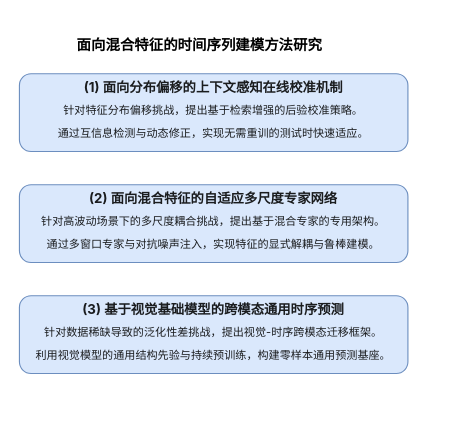
Above: 硕士毕业论文图.drawio in HALF111/Research_figures (draw.io), before the change. Source tidied: cells renumbered, new cells numbered last; positions are measured from the earlier drawing's top-left corner, leaving out a move shared by most shapes. Both pictures are drawn from the tidied source at 111%, with x=0, y=0 at pixel (19, 29).
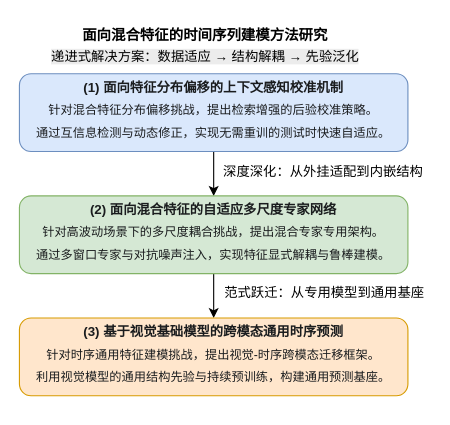
The same diagram, later.

Commit message (it also covers changes not shown here):
更新硕士毕业论文图.drawio

Diff of the diagram source:
```diff
@@
 <mxGraphModel>
   <root>
     <mxCell id="0" />
     <mxCell id="1" parent="0" />
+    <mxCell id="6" style="edgeStyle=orthogonalEdgeStyle;rounded=0;jettySize=auto;html=1;entryX=0.5;entryY=0;entryDx=0;entryDy=0;fontFamily=仿宋;" parent="1" edge="1" source="2" target="4">
+      <mxGeometry relative="1" as="geometry" />
+    </mxCell>
-    <mxCell id="2" value="&lt;p class=&quot;ng-star-inserted&quot; style=&quot;box-sizing: border-box; line-height: 20px; font-family: Inter, sans-serif; font-optical-sizing: auto; margin-bottom: 18px; color: rgb(26, 28, 30);&quot;&gt;&lt;font style=&quot;&quot;&gt;&lt;strong class=&quot;ng-star-inserted&quot; style=&quot;box-sizing: border-box;&quot;&gt;&lt;font&gt;(1) 面向分布偏移的上下文感知在线校准机制&lt;/font&gt;&lt;/strong&gt;&lt;br class=&quot;ng-star-inserted&quot; style=&quot;box-sizing: border-box;&quot;&gt;&lt;span class=&quot;ng-star-inserted&quot; style=&quot;font-size: 10px; box-sizing: border-box;&quot;&gt;针对特征分布偏移&lt;/span&gt;&lt;span class=&quot;ng-star-inserted&quot; style=&quot;font-size: 10px; box-sizing: border-box;&quot;&gt;挑战，提出基于检索增强的后验校准策略。&lt;/span&gt;&lt;br class=&quot;ng-star-inserted&quot; style=&quot;box-sizing: border-box;&quot;&gt;&lt;span class=&quot;ng-star-inserted&quot; style=&quot;font-size: 10px; box-sizing: border-box;&quot;&gt;通过互信息检测与动态修正，实现无需重训的&lt;/span&gt;&lt;span class=&quot;ng-star-inserted&quot; style=&quot;font-size: 10px; box-sizing: border-box;&quot;&gt;测试时快速适应&lt;/span&gt;&lt;span class=&quot;ng-star-inserted&quot; style=&quot;font-size: 10px; box-sizing: border-box;&quot;&gt;。&lt;/span&gt;&lt;/font&gt;&lt;/p&gt;" style="rounded=1;whiteSpace=wrap;html=1;align=center;fillColor=#dae8fc;strokeColor=#6c8ebf;labelBackgroundColor=none;" parent="1" vertex="1">
+    <mxCell id="2" value="&lt;p class=&quot;ng-star-inserted&quot; style=&quot;box-sizing: border-box; line-height: 20px; font-optical-sizing: auto; margin-bottom: 18px; color: rgb(26, 28, 30);&quot;&gt;&lt;font style=&quot;&quot;&gt;&lt;strong class=&quot;ng-star-inserted&quot; style=&quot;box-sizing: border-box;&quot;&gt;&lt;font&gt;(1) 面向特征分布偏移的上下文感知校准机制&lt;/font&gt;&lt;/strong&gt;&lt;br class=&quot;ng-star-inserted&quot; style=&quot;box-sizing: border-box;&quot;&gt;&lt;font style=&quot;font-size: 11px;&quot;&gt;&lt;span class=&quot;ng-star-inserted&quot; style=&quot;box-sizing: border-box;&quot;&gt;针对混合特征分布偏移&lt;/span&gt;&lt;span class=&quot;ng-star-inserted&quot; style=&quot;box-sizing: border-box;&quot;&gt;挑战，提出检索增强的后验校准策略。&lt;/span&gt;&lt;br class=&quot;ng-star-inserted&quot; style=&quot;box-sizing: border-box;&quot;&gt;&lt;span class=&quot;ng-star-inserted&quot; style=&quot;box-sizing: border-box;&quot;&gt;通过互信息检测与动态修正，实现无需重训的&lt;/span&gt;&lt;span class=&quot;ng-star-inserted&quot; style=&quot;box-sizing: border-box;&quot;&gt;测试时快速自适应&lt;/span&gt;&lt;span class=&quot;ng-star-inserted&quot; style=&quot;box-sizing: border-box;&quot;&gt;。&lt;/span&gt;&lt;/font&gt;&lt;/font&gt;&lt;/p&gt;" style="rounded=1;whiteSpace=wrap;html=1;align=center;fillColor=#dae8fc;strokeColor=#6c8ebf;labelBackgroundColor=none;fontFamily=仿宋;" parent="1" vertex="1">
       <mxGeometry y="40" width="350" height="70" as="geometry" />
     </mxCell>
-    <mxCell id="3" value="面向混合特征的时间序列建模方法研究" style="text;whiteSpace=wrap;fontSize=13;fontStyle=1;" parent="1" vertex="1">
-      <mxGeometry x="50" width="240" height="30" as="geometry" />
-    </mxCell>
+    <mxCell id="7" style="edgeStyle=orthogonalEdgeStyle;rounded=0;jettySize=auto;html=1;fontFamily=仿宋;" parent="1" edge="1" source="4" target="5">
+      <mxGeometry relative="1" as="geometry" />
+    </mxCell>
-    <mxCell id="4" value="&lt;p class=&quot;ng-star-inserted&quot; style=&quot;box-sizing: border-box; line-height: 20px; font-optical-sizing: auto; margin-bottom: 18px; color: rgb(26, 28, 30);&quot;&gt;&lt;span style=&quot;background-color: transparent;&quot;&gt;&lt;font color=&quot;#1a1c1e&quot; face=&quot;Inter, sans-serif&quot;&gt;&lt;b style=&quot;&quot;&gt;&lt;font&gt;(2) 面向混合特征的自适应多尺度专家网络&lt;/font&gt;&lt;/b&gt;&lt;br&gt;&lt;/font&gt;&lt;/span&gt;&lt;span style=&quot;font-size: 10px; color: light-dark(rgb(26, 28, 30), rgb(212, 214, 216)); font-family: Inter, sans-serif; background-color: transparent;&quot;&gt;针对高波动场景下的多尺度耦合挑战，提出基于混合专家的专用架构。&lt;br&gt;&lt;/span&gt;&lt;span style=&quot;font-size: 10px; color: light-dark(rgb(26, 28, 30), rgb(212, 214, 216)); font-family: Inter, sans-serif; background-color: transparent;&quot;&gt;通过多窗口专家与对抗噪声注入，实现特征的显式解耦与鲁棒建模。&lt;/span&gt;&lt;/p&gt;" style="rounded=1;whiteSpace=wrap;html=1;align=center;fillColor=#dae8fc;strokeColor=#6c8ebf;labelBackgroundColor=none;" parent="1" vertex="1">
-      <mxGeometry y="140" width="350" height="70" as="geometry" />
+    <mxCell id="4" value="&lt;p class=&quot;ng-star-inserted&quot; style=&quot;box-sizing: border-box; line-height: 20px; font-optical-sizing: auto; margin-bottom: 18px; color: rgb(26, 28, 30);&quot;&gt;&lt;span style=&quot;background-color: transparent;&quot;&gt;&lt;font color=&quot;#1a1c1e&quot;&gt;&lt;b style=&quot;&quot;&gt;&lt;font&gt;(2) 面向混合特征的自适应多尺度专家网络&lt;/font&gt;&lt;/b&gt;&lt;br&gt;&lt;/font&gt;&lt;/span&gt;&lt;font style=&quot;font-size: 11px;&quot;&gt;&lt;span style=&quot;color: light-dark(rgb(26, 28, 30), rgb(212, 214, 216)); background-color: transparent;&quot;&gt;针对高波动场景下的多尺度耦合挑战，提出混合专家专用架构。&lt;br&gt;&lt;/span&gt;&lt;span style=&quot;color: light-dark(rgb(26, 28, 30), rgb(212, 214, 216)); background-color: transparent;&quot;&gt;通过多窗口专家与对抗噪声注入，实现特征显式解耦与鲁棒建模。&lt;/span&gt;&lt;/font&gt;&lt;/p&gt;" style="rounded=1;whiteSpace=wrap;html=1;align=center;fillColor=#d5e8d4;strokeColor=#82b366;labelBackgroundColor=none;fontFamily=仿宋;" parent="1" vertex="1">
+      <mxGeometry y="150" width="350" height="70" as="geometry" />
     </mxCell>
-    <mxCell id="5" value="&lt;p class=&quot;ng-star-inserted&quot; style=&quot;box-sizing: border-box; line-height: 20px; font-optical-sizing: auto; margin-bottom: 18px; color: rgb(26, 28, 30);&quot;&gt;&lt;span style=&quot;color: light-dark(rgb(26, 28, 30), rgb(212, 214, 216)); font-family: Inter, sans-serif; background-color: transparent;&quot;&gt;&lt;b style=&quot;&quot;&gt;&lt;font&gt;(3) 基于视觉基础模型的跨模态通用时序预测&lt;/font&gt;&lt;/b&gt;&lt;br&gt;&lt;/span&gt;&lt;span style=&quot;background-color: transparent; color: light-dark(rgb(26, 28, 30), rgb(212, 214, 216)); font-family: Inter, sans-serif; font-size: 10px;&quot;&gt;针对数据稀缺导致的泛化性差挑战，提出视觉-时序跨模态迁移框架。&lt;br&gt;&lt;/span&gt;&lt;span style=&quot;background-color: transparent; color: light-dark(rgb(26, 28, 30), rgb(212, 214, 216)); font-family: Inter, sans-serif; font-size: 10px;&quot;&gt;利用视觉模型的通用结构先验与持续预训练，构建零样本通用预测基座。&lt;/span&gt;&lt;/p&gt;" style="rounded=1;whiteSpace=wrap;html=1;align=center;fillColor=#dae8fc;strokeColor=#6c8ebf;labelBackgroundColor=none;" parent="1" vertex="1">
-      <mxGeometry y="240" width="350" height="70" as="geometry" />
+    <mxCell id="5" value="&lt;p class=&quot;ng-star-inserted&quot; style=&quot;box-sizing: border-box; line-height: 20px; font-optical-sizing: auto; margin-bottom: 18px; color: rgb(26, 28, 30);&quot;&gt;&lt;span style=&quot;color: light-dark(rgb(26, 28, 30), rgb(212, 214, 216)); background-color: transparent;&quot;&gt;&lt;b style=&quot;&quot;&gt;&lt;font&gt;(3) 基于视觉基础模型的跨模态通用时序预测&lt;/font&gt;&lt;/b&gt;&lt;br&gt;&lt;/span&gt;&lt;font style=&quot;font-size: 11px;&quot;&gt;&lt;span style=&quot;background-color: transparent; color: light-dark(rgb(26, 28, 30), rgb(212, 214, 216));&quot;&gt;针对时序通用特征建模挑战，提出视觉-时序跨模态迁移框架。&lt;br&gt;&lt;/span&gt;&lt;span style=&quot;background-color: transparent; color: light-dark(rgb(26, 28, 30), rgb(212, 214, 216));&quot;&gt;利用视觉模型的通用结构先验与持续预训练，构建通用预测基座。&lt;/span&gt;&lt;/font&gt;&lt;/p&gt;" style="rounded=1;whiteSpace=wrap;html=1;align=center;fillColor=#ffe6cc;strokeColor=#d79b00;labelBackgroundColor=none;fontFamily=仿宋;" parent="1" vertex="1">
+      <mxGeometry y="260" width="350" height="70" as="geometry" />
     </mxCell>
+    <mxCell id="8" value="深度深化：从外挂适配到内嵌结构" style="text;whiteSpace=wrap;fontFamily=仿宋;" parent="1" vertex="1">
+      <mxGeometry x="182" y="115" width="188" height="30" as="geometry" />
+    </mxCell>
+    <mxCell id="9" value="范式跃迁：从专用模型到通用基座" style="text;whiteSpace=wrap;fontFamily=仿宋;" parent="1" vertex="1">
+      <mxGeometry x="183" y="224" width="187" height="20" as="geometry" />
+    </mxCell>
+    <mxCell id="3" value="&lt;div style=&quot;text-align: center;&quot;&gt;&lt;span style=&quot;background-color: transparent; color: light-dark(rgb(0, 0, 0), rgb(255, 255, 255));&quot;&gt;&lt;font face=&quot;仿宋&quot; style=&quot;font-size: 13px;&quot;&gt;&lt;b&gt;面向混合特征的时间序列建模方法研究&lt;/b&gt;&lt;/font&gt;&lt;/span&gt;&lt;/div&gt;&lt;div style=&quot;text-align: center; forced-color-adjust: none; padding: 0px; margin: 0px;&quot;&gt;&lt;br&gt;&lt;/div&gt;" style="text;whiteSpace=wrap;html=1;" parent="1" vertex="1">
+      <mxGeometry x="55" y="-9" width="244" height="40" as="geometry" />
+    </mxCell>
+    <mxCell id="10" value="&lt;span style=&quot;color: rgb(0, 0, 0); font-family: 仿宋; font-size: 12px; font-style: normal; font-variant-ligatures: normal; font-variant-caps: normal; font-weight: 400; letter-spacing: normal; orphans: 2; text-align: center; text-indent: 0px; text-transform: none; widows: 2; word-spacing: 0px; -webkit-text-stroke-width: 0px; white-space: normal; background-color: rgb(236, 236, 236); text-decoration-thickness: initial; text-decoration-style: initial; text-decoration-color: initial; display: inline !important; float: none;&quot;&gt;递进式解决方案：数据适应 → 结构解耦 → 先验泛化&lt;/span&gt;" style="text;whiteSpace=wrap;html=1;" parent="1" vertex="1">
+      <mxGeometry x="27" y="11" width="296" height="29" as="geometry" />
+    </mxCell>
   </root>
 </mxGraphModel>
```
